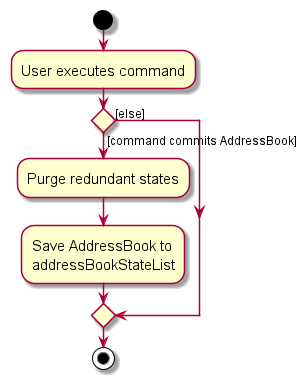
Earlier version of the PlantUML export docs/images/CommitActivityDiagram.png (nus-cs2103-AY2324S2/tp).
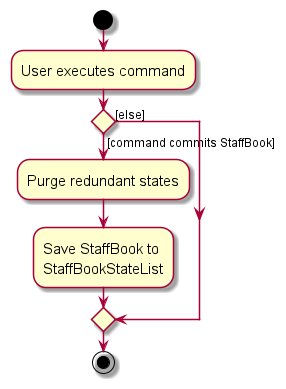
The same file after the commit.

Commit message:
Update changed diagram pngs and edited ab to sb in UndeoRedoStates

Diff of the diagram source:
```diff
@@ -6,10 +6,10 @@
 :User executes command;
 
 
-if () then ([command commits AddressBook])
+if () then ([command commits StaffBook])
     :Purge redundant states;
-    :Save AddressBook to
-    addressBookStateList;
+    :Save StaffBook to
+    StaffBookStateList;
 else ([else])
 endif
 stop
```
